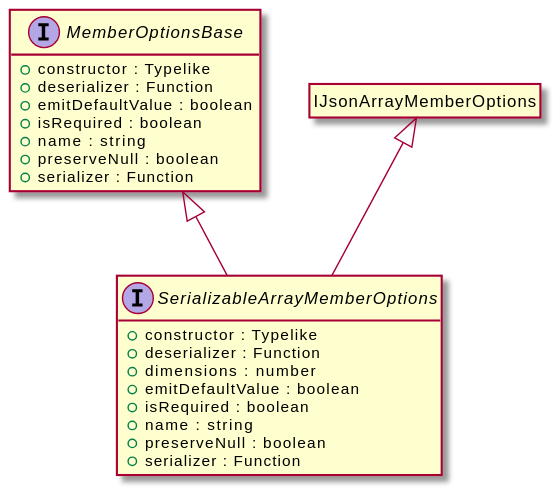
The PlantUML diagram assets/SerializableArrayMemberOptions-umlClassDiagram-4388.svg in OpenHPS/openhps-core, before a commit.
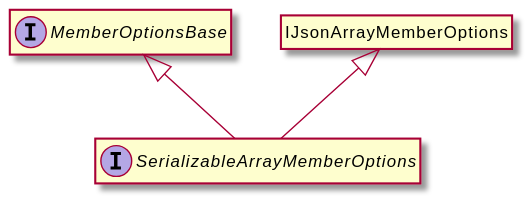
The same diagram one commit later.

Diff of the diagram source:
```diff
@@ -3,23 +3,8 @@
 hide empty methods
 hide empty fields
 interface "SerializableArrayMemberOptions" {
-    +constructor : Typelike
-    +deserializer : Function
-    +dimensions : number
-    +emitDefaultValue : boolean
-    +isRequired : boolean
-    +name : string
-    +preserveNull : boolean
-    +serializer : Function
 }
 interface "MemberOptionsBase" {
-    +constructor : Typelike
-    +deserializer : Function
-    +emitDefaultValue : boolean
-    +isRequired : boolean
-    +name : string
-    +preserveNull : boolean
-    +serializer : Function
 }
 "MemberOptionsBase" <|-- "SerializableArrayMemberOptions"
 class "IJsonArrayMemberOptions"
```
